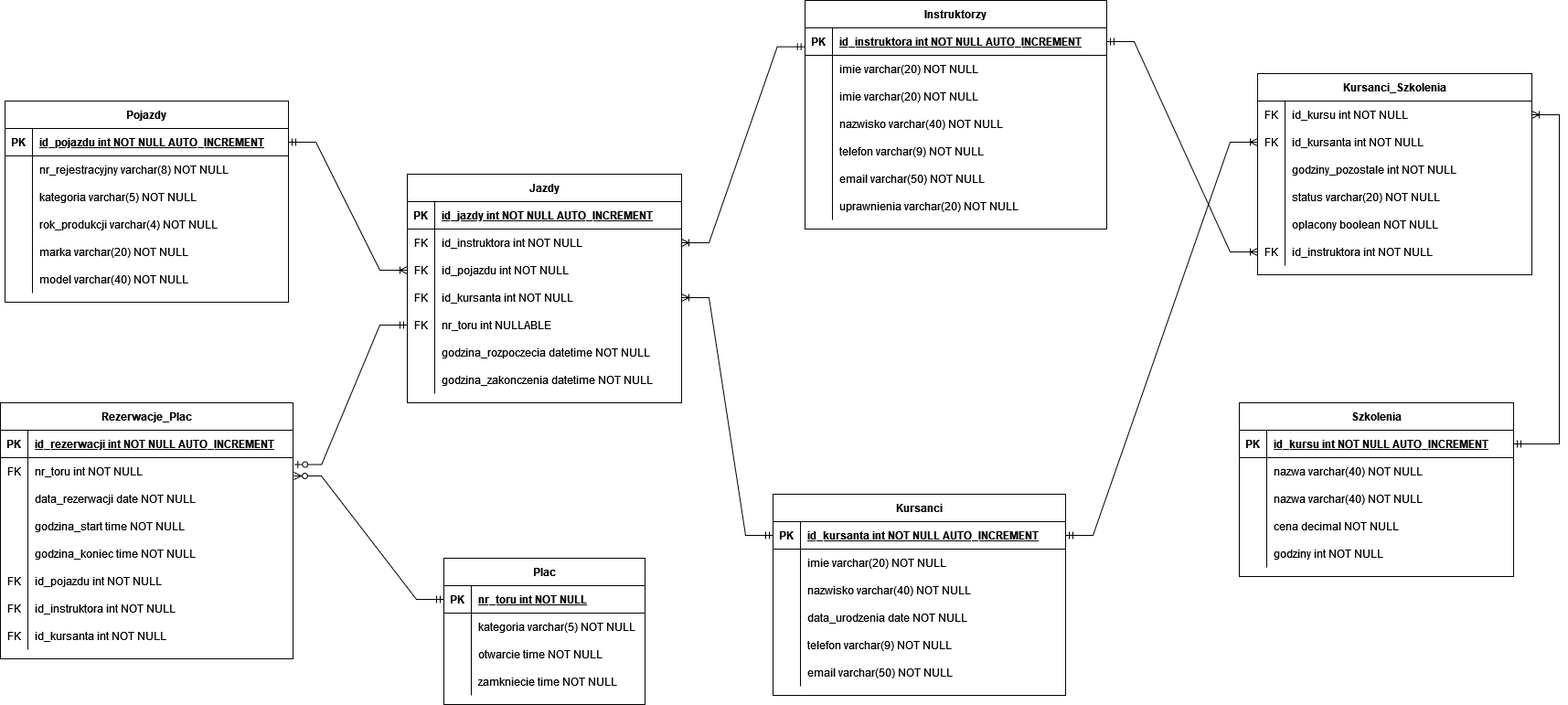
The draw.io diagram OSK.drawio.png in g0rzki/bd-osk, before a commit. Source tidied: cells renumbered, new cells last; positions are measured from the earlier drawing's top-left corner, leaving out a move shared by most shapes.
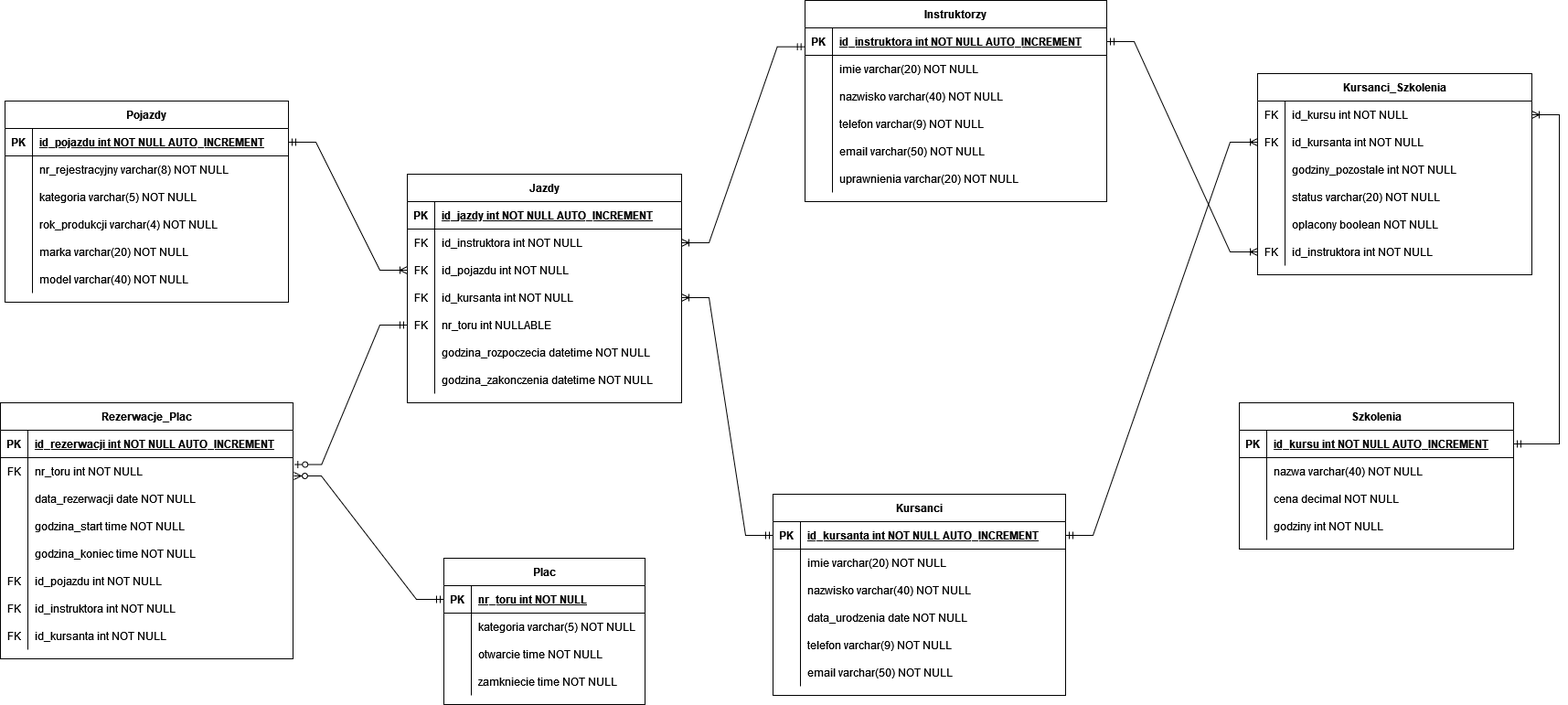
After the commit.

What changed in the source:
```diff
@@ -3,7 +3,7 @@
     <mxCell id="0" />
     <mxCell id="1" parent="0" />
     <mxCell id="2" value="Instruktorzy" style="shape=table;startSize=30;rowLines=0;fontStyle=1;align=center;" parent="1" vertex="1">
-      <mxGeometry x="880" width="330" height="250" as="geometry" />
+      <mxGeometry x="880" width="330" height="220" as="geometry" />
     </mxCell>
     <mxCell id="3" style="shape=partialRectangle;fillColor=none;points=[[0,0.5],[1,0.5]];portConstraint=eastwest;top=0;left=0;right=0;bottom=1;" parent="2" vertex="1">
       <mxGeometry y="30" width="330" height="30" as="geometry" />
@@ -14,17 +14,8 @@
     <mxCell id="5" value="id_instruktora int NOT NULL AUTO_INCREMENT " style="shape=partialRectangle;overflow=hidden;fillColor=none;top=0;left=0;bottom=0;right=0;align=left;spacingLeft=6;fontStyle=5;" parent="3" vertex="1">
       <mxGeometry x="30" width="300" height="30" as="geometry" />
     </mxCell>
-    <mxCell id="6" style="shape=partialRectangle;fillColor=none;top=0;left=0;right=0;bottom=0;" parent="2" vertex="1">
-      <mxGeometry y="60" width="330" height="30" as="geometry" />
-    </mxCell>
-    <mxCell id="7" style="shape=partialRectangle;overflow=hidden;fillColor=none;top=0;left=0;bottom=0;right=0;" parent="6" vertex="1">
-      <mxGeometry width="30" height="30" as="geometry" />
-    </mxCell>
-    <mxCell id="8" value="imie varchar(20) NOT NULL" style="shape=partialRectangle;overflow=hidden;fillColor=none;top=0;left=0;bottom=0;right=0;align=left;spacingLeft=6;" parent="6" vertex="1">
-      <mxGeometry x="30" width="300" height="30" as="geometry" />
-    </mxCell>
     <mxCell id="9" style="shape=partialRectangle;fillColor=none;top=0;left=0;right=0;bottom=0;" parent="2" vertex="1">
-      <mxGeometry y="90" width="330" height="30" as="geometry" />
+      <mxGeometry y="60" width="330" height="30" as="geometry" />
     </mxCell>
     <mxCell id="10" style="shape=partialRectangle;overflow=hidden;fillColor=none;top=0;left=0;bottom=0;right=0;" parent="9" vertex="1">
       <mxGeometry width="30" height="30" as="geometry" />
@@ -33,7 +24,7 @@
       <mxGeometry x="30" width="300" height="30" as="geometry" />
     </mxCell>
     <mxCell id="12" style="shape=partialRectangle;fillColor=none;top=0;left=0;right=0;bottom=0;" parent="2" vertex="1">
-      <mxGeometry y="120" width="330" height="30" as="geometry" />
+      <mxGeometry y="90" width="330" height="30" as="geometry" />
     </mxCell>
     <mxCell id="13" style="shape=partialRectangle;overflow=hidden;fillColor=none;top=0;left=0;bottom=0;right=0;" parent="12" vertex="1">
       <mxGeometry width="30" height="30" as="geometry" />
@@ -42,7 +33,7 @@
       <mxGeometry x="30" width="300" height="30" as="geometry" />
     </mxCell>
     <mxCell id="15" style="shape=partialRectangle;fillColor=none;top=0;left=0;right=0;bottom=0;" parent="2" vertex="1">
-      <mxGeometry y="150" width="330" height="30" as="geometry" />
+      <mxGeometry y="120" width="330" height="30" as="geometry" />
     </mxCell>
     <mxCell id="16" style="shape=partialRectangle;overflow=hidden;fillColor=none;top=0;left=0;bottom=0;right=0;" parent="15" vertex="1">
       <mxGeometry width="30" height="30" as="geometry" />
@@ -51,7 +42,7 @@
       <mxGeometry x="30" width="300" height="30" as="geometry" />
     </mxCell>
     <mxCell id="18" style="shape=partialRectangle;fillColor=none;top=0;left=0;right=0;bottom=0;" parent="2" vertex="1">
-      <mxGeometry y="180" width="330" height="30" as="geometry" />
+      <mxGeometry y="150" width="330" height="30" as="geometry" />
     </mxCell>
     <mxCell id="19" style="shape=partialRectangle;overflow=hidden;fillColor=none;top=0;left=0;bottom=0;right=0;" parent="18" vertex="1">
       <mxGeometry width="30" height="30" as="geometry" />
@@ -60,7 +51,7 @@
       <mxGeometry x="30" width="300" height="30" as="geometry" />
     </mxCell>
     <mxCell id="21" style="shape=partialRectangle;fillColor=none;top=0;left=0;right=0;bottom=0;" parent="2" vertex="1">
-      <mxGeometry y="210" width="330" height="30" as="geometry" />
+      <mxGeometry y="180" width="330" height="30" as="geometry" />
     </mxCell>
     <mxCell id="22" style="shape=partialRectangle;overflow=hidden;fillColor=none;top=0;left=0;bottom=0;right=0;" parent="21" vertex="1">
       <mxGeometry width="30" height="30" as="geometry" />
@@ -222,7 +213,7 @@
       <mxGeometry x="30" width="190" height="30" as="geometry" />
     </mxCell>
     <mxCell id="75" value="Szkolenia" style="shape=table;startSize=30;rowLines=0;fontStyle=1;align=center;" parent="1" vertex="1">
-      <mxGeometry x="1355" y="440" width="300" height="190" as="geometry" />
+      <mxGeometry x="1355" y="440" width="300" height="160" as="geometry" />
     </mxCell>
     <mxCell id="76" style="shape=partialRectangle;fillColor=none;points=[[0,0.5],[1,0.5]];portConstraint=eastwest;top=0;left=0;right=0;bottom=1;" parent="75" vertex="1">
       <mxGeometry y="30" width="300" height="30" as="geometry" />
@@ -233,17 +224,8 @@
     <mxCell id="78" value="id_kursu int NOT NULL AUTO_INCREMENT" style="shape=partialRectangle;overflow=hidden;fillColor=none;top=0;left=0;bottom=0;right=0;align=left;spacingLeft=6;fontStyle=5;" parent="76" vertex="1">
       <mxGeometry x="30" width="270" height="30" as="geometry" />
     </mxCell>
-    <mxCell id="79" style="shape=partialRectangle;fillColor=none;top=0;left=0;right=0;bottom=0;" parent="75" vertex="1">
-      <mxGeometry y="60" width="300" height="30" as="geometry" />
-    </mxCell>
-    <mxCell id="80" style="shape=partialRectangle;overflow=hidden;fillColor=none;top=0;left=0;bottom=0;right=0;" parent="79" vertex="1">
-      <mxGeometry width="30" height="30" as="geometry" />
-    </mxCell>
-    <mxCell id="81" value="nazwa varchar(40) NOT NULL" style="shape=partialRectangle;overflow=hidden;fillColor=none;top=0;left=0;bottom=0;right=0;align=left;spacingLeft=6;" parent="79" vertex="1">
-      <mxGeometry x="30" width="270" height="30" as="geometry" />
-    </mxCell>
     <mxCell id="82" style="shape=partialRectangle;fillColor=none;top=0;left=0;right=0;bottom=0;" parent="75" vertex="1">
-      <mxGeometry y="90" width="300" height="30" as="geometry" />
+      <mxGeometry y="60" width="300" height="30" as="geometry" />
     </mxCell>
     <mxCell id="83" style="shape=partialRectangle;overflow=hidden;fillColor=none;top=0;left=0;bottom=0;right=0;" parent="82" vertex="1">
       <mxGeometry width="30" height="30" as="geometry" />
@@ -252,7 +234,7 @@
       <mxGeometry x="30" width="270" height="30" as="geometry" />
     </mxCell>
     <mxCell id="85" style="shape=partialRectangle;fillColor=none;top=0;left=0;right=0;bottom=0;" parent="75" vertex="1">
-      <mxGeometry y="120" width="300" height="30" as="geometry" />
+      <mxGeometry y="90" width="300" height="30" as="geometry" />
     </mxCell>
     <mxCell id="86" style="shape=partialRectangle;overflow=hidden;fillColor=none;top=0;left=0;bottom=0;right=0;" parent="85" vertex="1">
       <mxGeometry width="30" height="30" as="geometry" />
@@ -261,7 +243,7 @@
       <mxGeometry x="30" width="270" height="30" as="geometry" />
     </mxCell>
     <mxCell id="88" style="shape=partialRectangle;fillColor=none;top=0;left=0;right=0;bottom=0;" parent="75" vertex="1">
-      <mxGeometry y="150" width="300" height="30" as="geometry" />
+      <mxGeometry y="120" width="300" height="30" as="geometry" />
     </mxCell>
     <mxCell id="89" style="shape=partialRectangle;overflow=hidden;fillColor=none;top=0;left=0;bottom=0;right=0;" parent="88" vertex="1">
       <mxGeometry width="30" height="30" as="geometry" />
```
